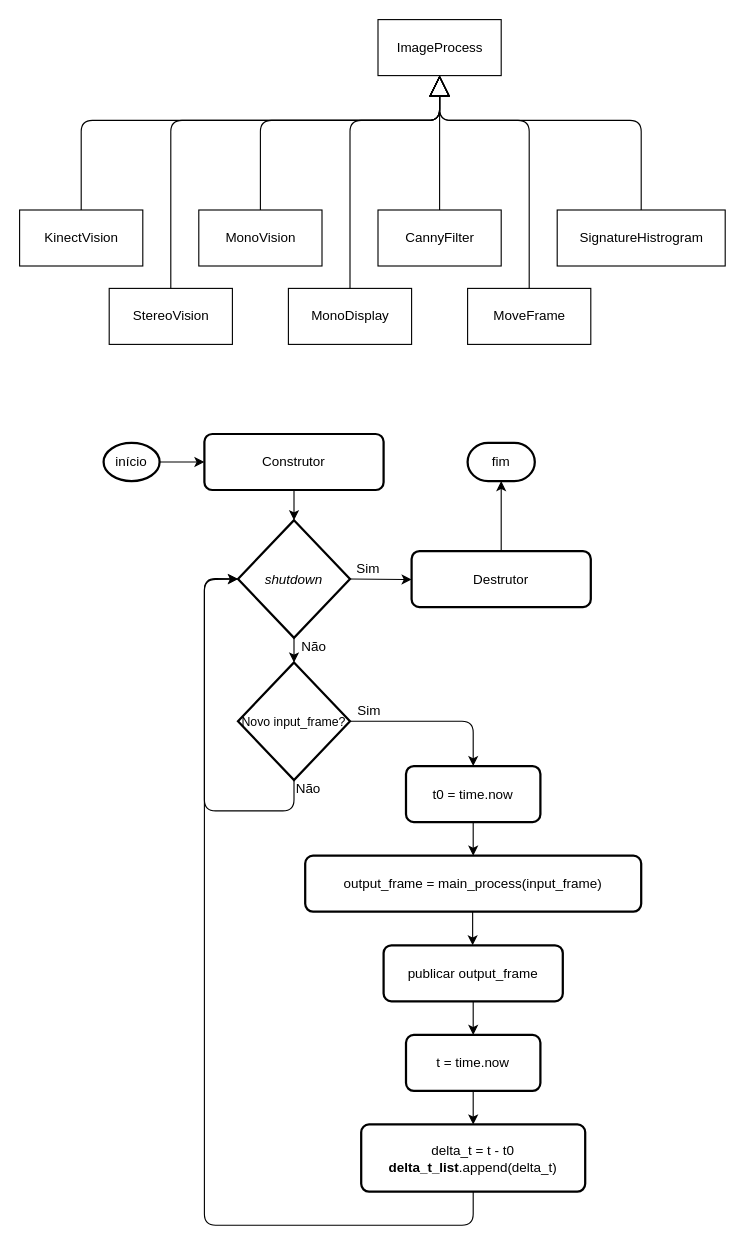
This is diagramas/image_process.drawio from bydansouza/ifscTCC, a draw.io file, before an edit. Source tidied: cells renumbered, new cells numbered last; positions are measured from the earlier drawing's top-left corner, leaving out a move shared by most shapes. Both pictures are drawn from the tidied source at 112%, with x=0, y=0 at pixel (19, 19).
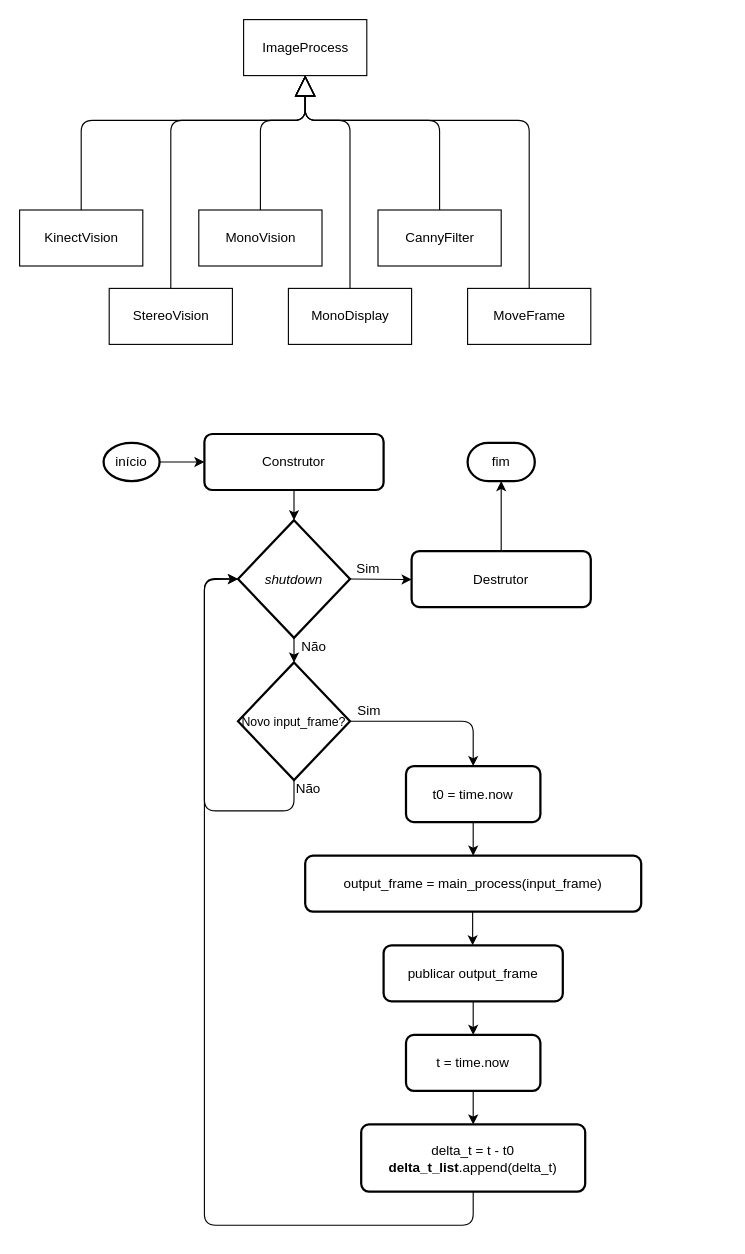
After the change.

The change refers to these unchanged cells:
```xml
<mxCell id="3" value="KinectVision" style="html=1;" parent="1" vertex="1">
  <mxGeometry y="170" width="110" height="50" as="geometry" />
</mxCell>
<mxCell id="4" value="CannyFilter" style="html=1;" parent="1" vertex="1">
  <mxGeometry x="320" y="170" width="110" height="50" as="geometry" />
</mxCell>
<mxCell id="5" value="MonoVision" style="html=1;" parent="1" vertex="1">
  <mxGeometry x="160" y="170" width="110" height="50" as="geometry" />
</mxCell>
<mxCell id="6" value="MonoDisplay" style="html=1;" parent="1" vertex="1">
  <mxGeometry x="240" y="240" width="110" height="50" as="geometry" />
</mxCell>
<mxCell id="8" value="StereoVision" style="html=1;" parent="1" vertex="1">
  <mxGeometry x="80" y="240" width="110" height="50" as="geometry" />
</mxCell>
<mxCell id="14" value="MoveFrame" style="html=1;" parent="1" vertex="1">
  <mxGeometry x="400" y="240" width="110" height="50" as="geometry" />
</mxCell>
```

Change to the diagram source:
```diff
@@
     <mxCell id="2" value="ImageProcess" style="html=1;" parent="1" vertex="1">
-      <mxGeometry x="320" width="110" height="50" as="geometry" />
+      <mxGeometry x="200" width="110" height="50" as="geometry" />
     </mxCell>
@@
     <mxCell id="7" style="endArrow=block;endSize=16;endFill=0;html=1;exitX=0.5;exitY=0;exitDx=0;exitDy=0;entryX=0.5;entryY=1;entryDx=0;entryDy=0;" parent="1" edge="1" source="3" target="2">
       <mxGeometry relative="1" as="geometry">
         <Array as="points">
           <mxPoint x="55" y="90" />
-          <mxPoint x="240" y="90" />
-          <mxPoint x="375" y="90" />
+          <mxPoint x="255" y="90" />
         </Array>
       </mxGeometry>
     </mxCell>
@@
-    <mxCell id="9" style="endArrow=block;endSize=16;endFill=0;html=1;exitX=0.5;exitY=0;exitDx=0;exitDy=0;entryX=0.5;entryY=1;entryDx=0;entryDy=0;" parent="1" edge="1" source="5">
+    <mxCell id="9" style="endArrow=block;endSize=16;endFill=0;html=1;exitX=0.5;exitY=0;exitDx=0;exitDy=0;entryX=0.5;entryY=1;entryDx=0;entryDy=0;" parent="1" edge="1" source="5" target="2">
       <mxGeometry relative="1" as="geometry">
-        <mxPoint x="375" y="50" as="targetPoint" />
         <Array as="points">
           <mxPoint x="215" y="90" />
-          <mxPoint x="240" y="90" />
-          <mxPoint x="375" y="90" />
+          <mxPoint x="255" y="90" />
         </Array>
       </mxGeometry>
     </mxCell>
     <mxCell id="10" style="endArrow=block;endSize=16;endFill=0;html=1;exitX=0.5;exitY=0;exitDx=0;exitDy=0;entryX=0.5;entryY=1;entryDx=0;entryDy=0;" parent="1" edge="1" source="4" target="2">
       <mxGeometry relative="1" as="geometry">
         <Array as="points">
-          <mxPoint x="375" y="100" />
+          <mxPoint x="375" y="90" />
+          <mxPoint x="255" y="90" />
         </Array>
       </mxGeometry>
     </mxCell>
     <mxCell id="11" style="endArrow=block;endSize=16;endFill=0;html=1;entryX=0.5;entryY=1;entryDx=0;entryDy=0;exitX=0.5;exitY=0;exitDx=0;exitDy=0;" parent="1" edge="1" source="8" target="2">
       <mxGeometry relative="1" as="geometry">
         <Array as="points">
           <mxPoint x="135" y="90" />
-          <mxPoint x="375" y="90" />
+          <mxPoint x="255" y="90" />
         </Array>
       </mxGeometry>
     </mxCell>
     <mxCell id="12" style="endArrow=block;endSize=16;endFill=0;html=1;entryX=0.5;entryY=1;entryDx=0;entryDy=0;exitX=0.5;exitY=0;exitDx=0;exitDy=0;" parent="1" edge="1" source="6" target="2">
       <mxGeometry relative="1" as="geometry">
         <Array as="points">
           <mxPoint x="295" y="90" />
-          <mxPoint x="375" y="90" />
+          <mxPoint x="255" y="90" />
         </Array>
       </mxGeometry>
     </mxCell>
-    <mxCell id="13" value="SignatureHistrogram" style="html=1;" parent="1" vertex="1">
-      <mxGeometry x="480" y="170" width="150" height="50" as="geometry" />
-    </mxCell>
@@
     <mxCell id="15" style="endArrow=block;endSize=16;endFill=0;html=1;exitX=0.5;exitY=0;exitDx=0;exitDy=0;entryX=0.5;entryY=1;entryDx=0;entryDy=0;" parent="1" edge="1" source="14" target="2">
       <mxGeometry relative="1" as="geometry">
         <Array as="points">
           <mxPoint x="455" y="90" />
-          <mxPoint x="375" y="90" />
+          <mxPoint x="255" y="90" />
         </Array>
       </mxGeometry>
     </mxCell>
-    <mxCell id="16" style="endArrow=block;endSize=16;endFill=0;html=1;exitX=0.5;exitY=0;exitDx=0;exitDy=0;entryX=0.5;entryY=1;entryDx=0;entryDy=0;" parent="1" edge="1" source="13" target="2">
-      <mxGeometry relative="1" as="geometry">
-        <Array as="points">
-          <mxPoint x="555" y="90" />
-          <mxPoint x="375" y="90" />
-        </Array>
-      </mxGeometry>
-    </mxCell>
```
